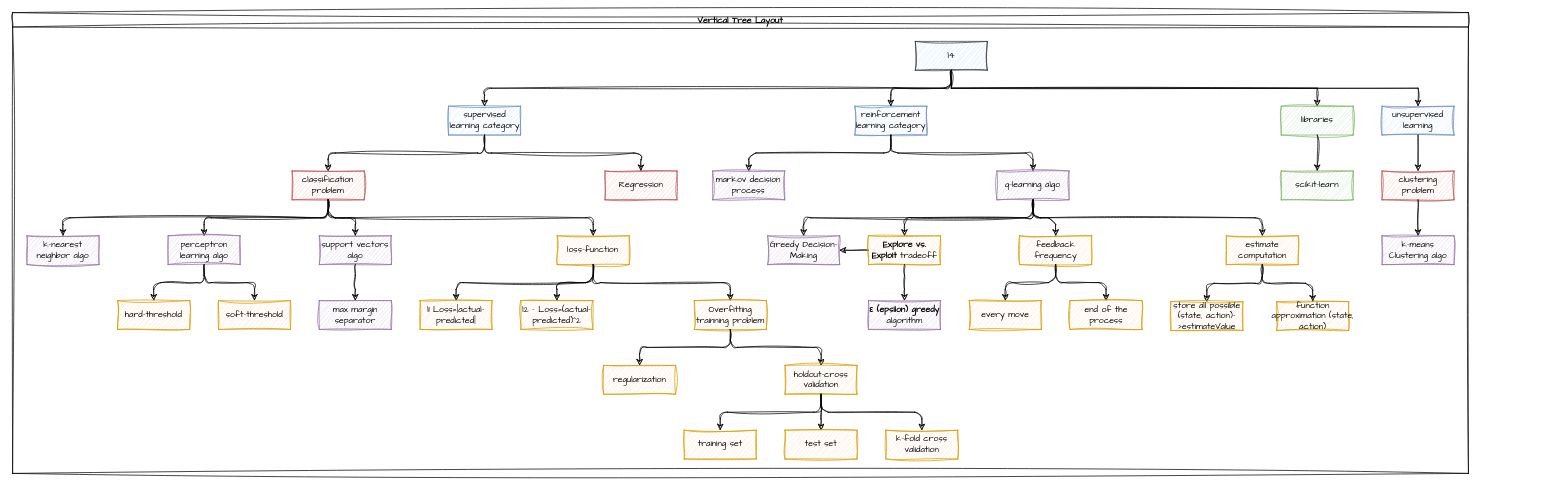
Earlier version of the draw.io diagram page "L4" (2 of 4) of ai.drawio (jagbarrameda/24.03-ai-course-cs50-harvard). Source tidied: cells renumbered, new cells numbered last; positions are measured from the earlier drawing's top-left corner, leaving out a move shared by most shapes. Both pictures are drawn from the tidied source at 72%, with x=0, y=0 at pixel (12, 12).
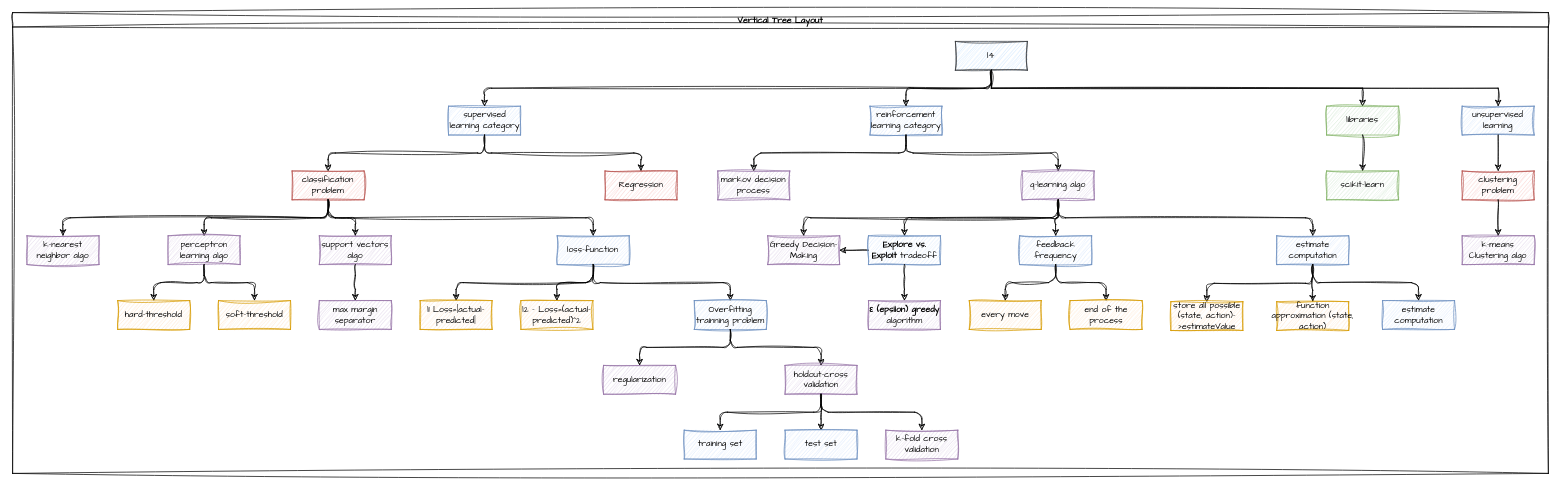
The same page after the edit.

Commit message:
Added diagram of l5'notes to content diagram

What changed in the source:
```diff
@@
     <mxCell id="2" value="Vertical Tree Layout" style="swimlane;startSize=20;horizontal=1;horizontalTree=0;containerType=tree;fontSize=12;sketch=1;hachureGap=4;jiggle=2;curveFitting=1;fontFamily=Architects Daughter;" parent="1" vertex="1">
-      <mxGeometry width="2022" height="640" as="geometry" />
+      <mxGeometry width="2133" height="640" as="geometry" />
     </mxCell>
     <mxCell id="3" value="l4" style="whiteSpace=wrap;html=1;sketch=1;hachureGap=4;jiggle=2;curveFitting=1;fontFamily=Architects Daughter;fillColor=#cce5ff;strokeColor=#36393d;" parent="2" vertex="1">
-      <mxGeometry x="1253.8" y="40" width="100" height="40" as="geometry" />
+      <mxGeometry x="1309.4" y="40" width="100" height="40" as="geometry" />
     </mxCell>
@@
     <mxCell id="6" value="reinforcement learning category" style="whiteSpace=wrap;html=1;sketch=1;hachureGap=4;jiggle=2;curveFitting=1;fontFamily=Architects Daughter;fillColor=#dae8fc;strokeColor=#6c8ebf;" parent="2" vertex="1">
-      <mxGeometry x="1169.8" y="130" width="100" height="40" as="geometry" />
+      <mxGeometry x="1190.8" y="130" width="100" height="40" as="geometry" />
     </mxCell>
@@
     <mxCell id="9" value="libraries" style="whiteSpace=wrap;html=1;sketch=1;hachureGap=4;jiggle=2;curveFitting=1;fontFamily=Architects Daughter;fillColor=#d5e8d4;strokeColor=#82b366;" parent="2" vertex="1">
-      <mxGeometry x="1762" y="130" width="100" height="40" as="geometry" />
+      <mxGeometry x="1825" y="130" width="100" height="40" as="geometry" />
     </mxCell>
@@
     <mxCell id="11" value="scikit-learn" style="whiteSpace=wrap;html=1;sketch=1;hachureGap=4;jiggle=2;curveFitting=1;fontFamily=Architects Daughter;fillColor=#d5e8d4;strokeColor=#82b366;" parent="2" vertex="1">
-      <mxGeometry x="1762" y="220" width="100" height="40" as="geometry" />
+      <mxGeometry x="1825" y="220" width="100" height="40" as="geometry" />
     </mxCell>
@@
     <mxCell id="13" value="markov decision process" style="whiteSpace=wrap;html=1;sketch=1;hachureGap=4;jiggle=2;curveFitting=1;fontFamily=Architects Daughter;fillColor=#e1d5e7;strokeColor=#9673a6;" parent="2" vertex="1">
-      <mxGeometry x="972.4" y="220" width="100" height="40" as="geometry" />
+      <mxGeometry x="979.4" y="220" width="100" height="40" as="geometry" />
     </mxCell>
@@
     <mxCell id="15" value="q-learning algo" style="whiteSpace=wrap;html=1;sketch=1;hachureGap=4;jiggle=2;curveFitting=1;fontFamily=Architects Daughter;fillColor=#e1d5e7;strokeColor=#9673a6;" parent="2" vertex="1">
-      <mxGeometry x="1367.2" y="220" width="100" height="40" as="geometry" />
+      <mxGeometry x="1402.2" y="220" width="100" height="40" as="geometry" />
     </mxCell>
@@
-    <mxCell id="33" value="loss-function" style="whiteSpace=wrap;html=1;sketch=1;hachureGap=4;jiggle=2;curveFitting=1;fontFamily=Architects Daughter;fillColor=#ffe6cc;strokeColor=#d79b00;" parent="2" vertex="1">
+    <mxCell id="33" value="loss-function" style="whiteSpace=wrap;html=1;sketch=1;hachureGap=4;jiggle=2;curveFitting=1;fontFamily=Architects Daughter;fillColor=#dae8fc;strokeColor=#6c8ebf;" parent="2" vertex="1">
       <mxGeometry x="756.4" y="310" width="100" height="40" as="geometry" />
     </mxCell>
@@
-    <mxCell id="39" value="Overfitting trainning problem" style="whiteSpace=wrap;html=1;sketch=1;hachureGap=4;jiggle=2;curveFitting=1;fontFamily=Architects Daughter;fillColor=#ffe6cc;strokeColor=#d79b00;" parent="2" vertex="1">
+    <mxCell id="39" value="Overfitting trainning problem" style="whiteSpace=wrap;html=1;sketch=1;hachureGap=4;jiggle=2;curveFitting=1;fontFamily=Architects Daughter;fillColor=#dae8fc;strokeColor=#6c8ebf;" parent="2" vertex="1">
       <mxGeometry x="946.8" y="400" width="100" height="40" as="geometry" />
     </mxCell>
@@
-    <mxCell id="41" value="regularization" style="whiteSpace=wrap;html=1;sketch=1;hachureGap=4;jiggle=2;curveFitting=1;fontFamily=Architects Daughter;fillColor=#ffe6cc;strokeColor=#d79b00;" parent="2" vertex="1">
+    <mxCell id="41" value="regularization" style="whiteSpace=wrap;html=1;sketch=1;hachureGap=4;jiggle=2;curveFitting=1;fontFamily=Architects Daughter;fillColor=#e1d5e7;strokeColor=#9673a6;" parent="2" vertex="1">
       <mxGeometry x="820.8" y="490" width="100" height="40" as="geometry" />
     </mxCell>
@@
-    <mxCell id="43" value="holdout-cross validation" style="whiteSpace=wrap;html=1;sketch=1;hachureGap=4;jiggle=2;curveFitting=1;fontFamily=Architects Daughter;fillColor=#ffe6cc;strokeColor=#d79b00;" parent="2" vertex="1">
+    <mxCell id="43" value="holdout-cross validation" style="whiteSpace=wrap;html=1;sketch=1;hachureGap=4;jiggle=2;curveFitting=1;fontFamily=Architects Daughter;fillColor=#e1d5e7;strokeColor=#9673a6;" parent="2" vertex="1">
       <mxGeometry x="1072.8" y="490" width="100" height="40" as="geometry" />
     </mxCell>
@@
-    <mxCell id="45" value="training set" style="whiteSpace=wrap;html=1;sketch=1;hachureGap=4;jiggle=2;curveFitting=1;fontFamily=Architects Daughter;fillColor=#ffe6cc;strokeColor=#d79b00;" parent="2" vertex="1">
+    <mxCell id="45" value="training set" style="whiteSpace=wrap;html=1;sketch=1;hachureGap=4;jiggle=2;curveFitting=1;fontFamily=Architects Daughter;fillColor=#dae8fc;strokeColor=#6c8ebf;" parent="2" vertex="1">
       <mxGeometry x="932.8" y="580" width="100" height="40" as="geometry" />
     </mxCell>
@@
-    <mxCell id="47" value="test set" style="whiteSpace=wrap;html=1;sketch=1;hachureGap=4;jiggle=2;curveFitting=1;fontFamily=Architects Daughter;fillColor=#ffe6cc;strokeColor=#d79b00;" parent="2" vertex="1">
+    <mxCell id="47" value="test set" style="whiteSpace=wrap;html=1;sketch=1;hachureGap=4;jiggle=2;curveFitting=1;fontFamily=Architects Daughter;fillColor=#dae8fc;strokeColor=#6c8ebf;" parent="2" vertex="1">
       <mxGeometry x="1072.8" y="580" width="100" height="40" as="geometry" />
     </mxCell>
@@
-    <mxCell id="49" value="k-fold cross validation" style="whiteSpace=wrap;html=1;sketch=1;hachureGap=4;jiggle=2;curveFitting=1;fontFamily=Architects Daughter;fillColor=#ffe6cc;strokeColor=#d79b00;" parent="2" vertex="1">
+    <mxCell id="49" value="k-fold cross validation" style="whiteSpace=wrap;html=1;sketch=1;hachureGap=4;jiggle=2;curveFitting=1;fontFamily=Architects Daughter;fillColor=#e1d5e7;strokeColor=#9673a6;" parent="2" vertex="1">
       <mxGeometry x="1212.8" y="580" width="100" height="40" as="geometry" />
     </mxCell>
@@
-    <mxCell id="54" value="&lt;strong&gt;Explore vs. Exploit&lt;/strong&gt; tradeoff" style="whiteSpace=wrap;html=1;sketch=1;hachureGap=4;jiggle=2;curveFitting=1;fontFamily=Architects Daughter;fillColor=#ffe6cc;strokeColor=#d79b00;" parent="2" vertex="1">
+    <mxCell id="54" value="&lt;strong&gt;Explore vs. Exploit&lt;/strong&gt; tradeoff" style="whiteSpace=wrap;html=1;sketch=1;hachureGap=4;jiggle=2;curveFitting=1;fontFamily=Architects Daughter;fillColor=#dae8fc;strokeColor=#6c8ebf;" parent="2" vertex="1">
       <mxGeometry x="1188.7" y="310" width="100" height="40" as="geometry" />
     </mxCell>
@@
-    <mxCell id="58" value="feedback frequency" style="whiteSpace=wrap;html=1;sketch=1;hachureGap=4;jiggle=2;curveFitting=1;fontFamily=Architects Daughter;fillColor=#ffe6cc;strokeColor=#d79b00;" parent="2" vertex="1">
+    <mxCell id="58" value="feedback frequency" style="whiteSpace=wrap;html=1;sketch=1;hachureGap=4;jiggle=2;curveFitting=1;fontFamily=Architects Daughter;fillColor=#dae8fc;strokeColor=#6c8ebf;" parent="2" vertex="1">
       <mxGeometry x="1398.7" y="310" width="100" height="40" as="geometry" />
     </mxCell>
@@
-    <mxCell id="64" value="estimate computation" style="whiteSpace=wrap;html=1;sketch=1;hachureGap=4;jiggle=2;curveFitting=1;fontFamily=Architects Daughter;fillColor=#ffe6cc;strokeColor=#d79b00;" parent="2" vertex="1">
-      <mxGeometry x="1685.7" y="310" width="100" height="40" as="geometry" />
+    <mxCell id="64" value="estimate computation" style="whiteSpace=wrap;html=1;sketch=1;hachureGap=4;jiggle=2;curveFitting=1;fontFamily=Architects Daughter;fillColor=#dae8fc;strokeColor=#6c8ebf;" parent="2" vertex="1">
+      <mxGeometry x="1755.7" y="310" width="100" height="40" as="geometry" />
     </mxCell>
@@
     <mxCell id="70" value="unsupervised learning" style="whiteSpace=wrap;html=1;sketch=1;hachureGap=4;jiggle=2;curveFitting=1;fontFamily=Architects Daughter;fillColor=#dae8fc;strokeColor=#6c8ebf;" parent="2" vertex="1">
-      <mxGeometry x="1902" y="130" width="100" height="40" as="geometry" />
+      <mxGeometry x="2013.3" y="130" width="100" height="40" as="geometry" />
     </mxCell>
@@
     <mxCell id="72" value="clustering problem" style="whiteSpace=wrap;html=1;sketch=1;hachureGap=4;jiggle=2;curveFitting=1;fontFamily=Architects Daughter;fillColor=#f8cecc;strokeColor=#b85450;" parent="2" vertex="1">
-      <mxGeometry x="1902" y="220" width="100" height="40" as="geometry" />
+      <mxGeometry x="2013.3" y="220" width="100" height="40" as="geometry" />
     </mxCell>
@@
     <mxCell id="74" value="k-means Clustering algo" style="whiteSpace=wrap;html=1;sketch=1;hachureGap=4;jiggle=2;curveFitting=1;fontFamily=Architects Daughter;fillColor=#e1d5e7;strokeColor=#9673a6;" parent="2" vertex="1">
-      <mxGeometry x="1902" y="310" width="100" height="40" as="geometry" />
+      <mxGeometry x="2013.3" y="310" width="100" height="40" as="geometry" />
     </mxCell>
+    <mxCell id="75" style="edgeStyle=elbowEdgeStyle;elbow=vertical;html=1;rounded=1;curved=0;sourcePerimeterSpacing=0;targetPerimeterSpacing=0;startSize=6;endSize=6;sketch=1;hachureGap=4;jiggle=2;curveFitting=1;fontFamily=Architects Daughter;" parent="2" edge="1" source="64" target="76">
+      <mxGeometry relative="1" as="geometry" />
+    </mxCell>
+    <mxCell id="76" value="estimate computation" style="whiteSpace=wrap;html=1;sketch=1;hachureGap=4;jiggle=2;curveFitting=1;fontFamily=Architects Daughter;fillColor=#dae8fc;strokeColor=#6c8ebf;" parent="2" vertex="1">
+      <mxGeometry x="1902.7" y="400" width="100" height="40" as="geometry" />
+    </mxCell>
```
